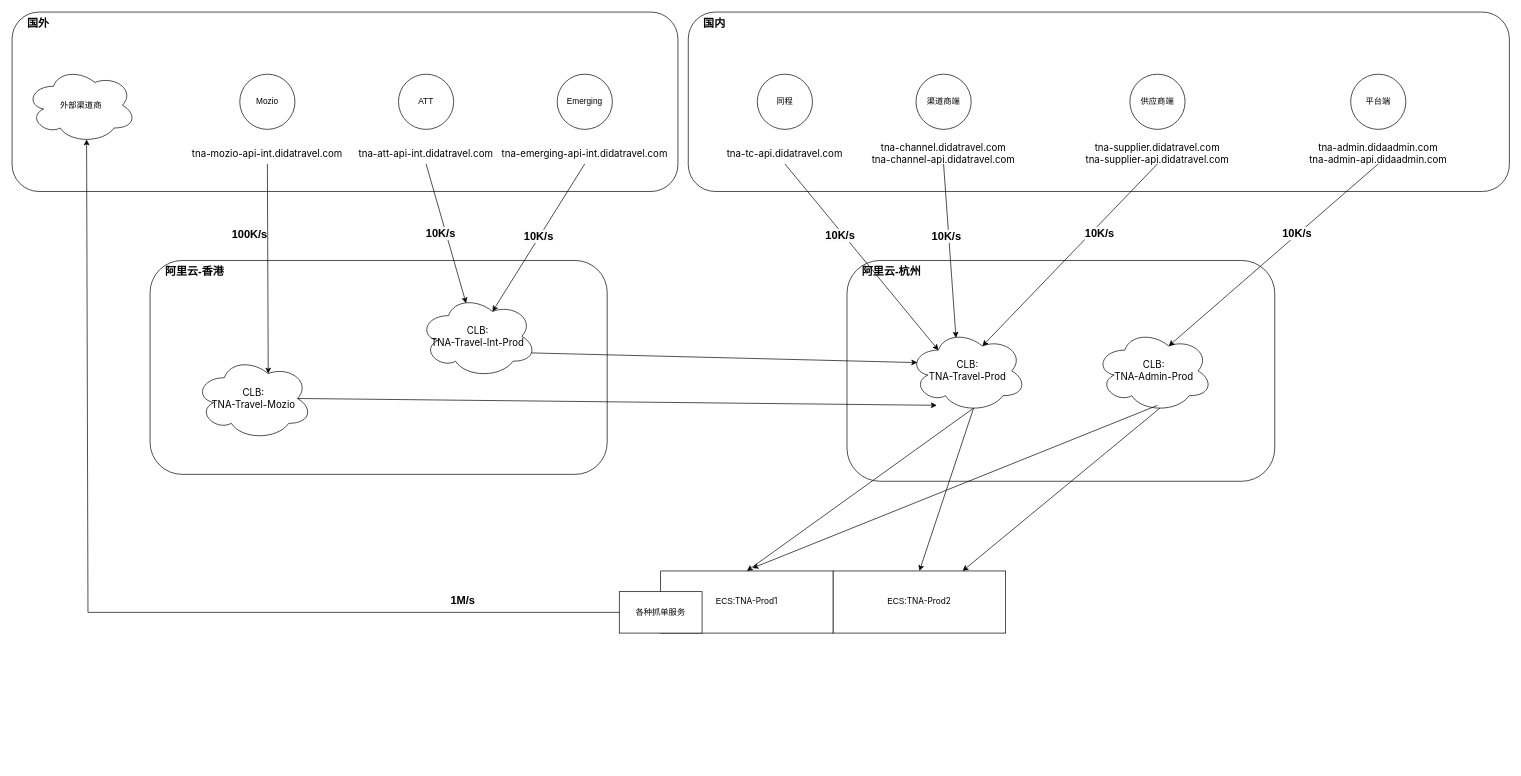
Above: images/网络拓扑图.drawio in youngsapling/kappak (draw.io), before the change. Source tidied: cells renumbered, new cells numbered last; positions are measured from the earlier drawing's top-left corner, leaving out a move shared by most shapes. Both pictures are drawn from the tidied source at 69%, with x=0, y=0 at pixel (12, 12).
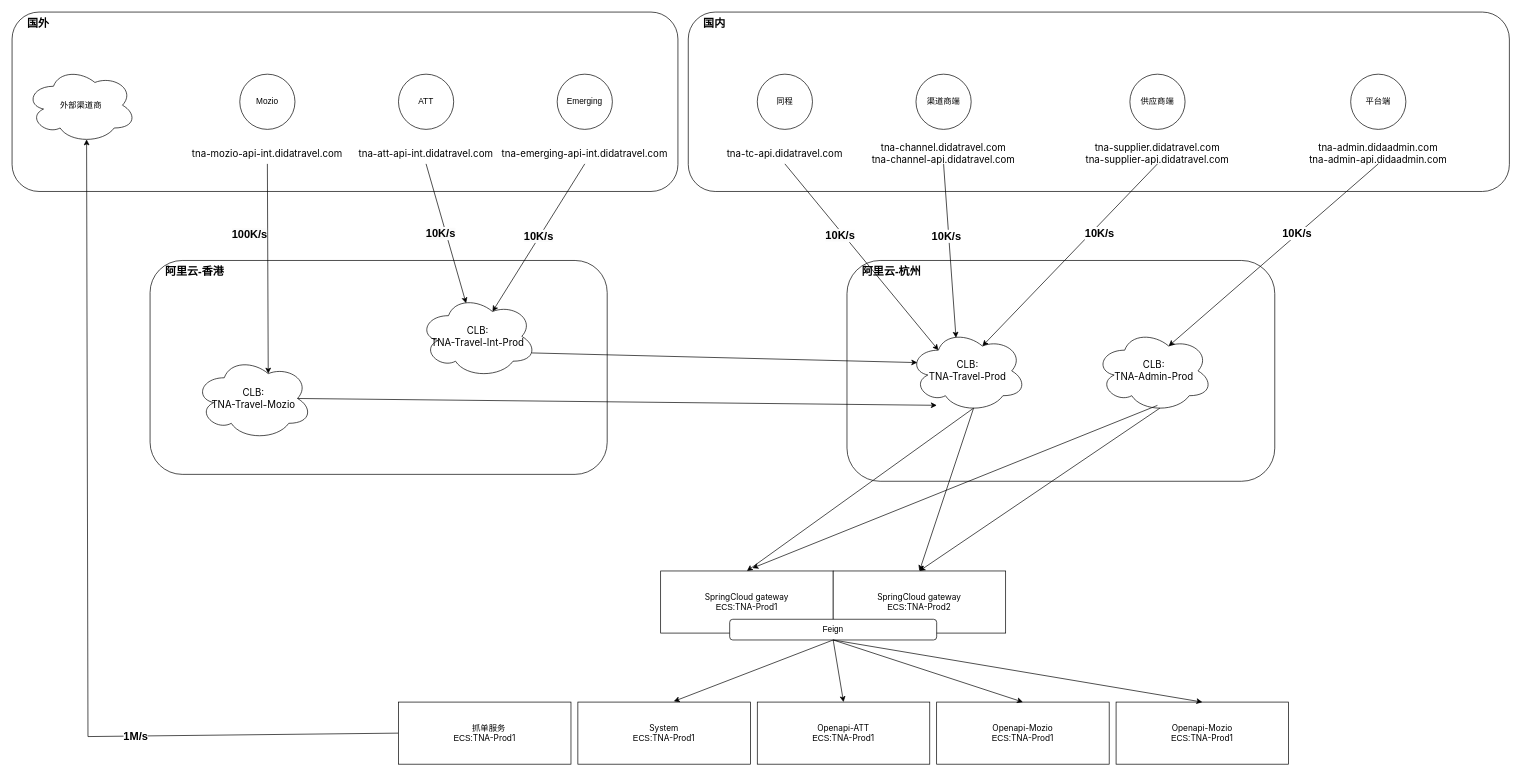
The same page after the edit.

Commit message:
更新网络拓扑图.drawio

The change refers to these unchanged cells:
```xml
<mxCell id="20" value="&lt;div style=&quot;font-size: 14px;&quot;&gt;&lt;div style=&quot;white-space: pre;&quot;&gt;&lt;span style=&quot;font-family: MonospacedNumber, LarkHackSafariFont, LarkEmojiFont, LarkChineseQuote, -apple-system, BlinkMacSystemFont, &amp;quot;Helvetica Neue&amp;quot;, Tahoma, &amp;quot;PingFang SC&amp;quot;, &amp;quot;Microsoft Yahei&amp;quot;, Arial, &amp;quot;Hiragino Sans GB&amp;quot;, sans-serif, &amp;quot;Apple Color Emoji&amp;quot;, &amp;quot;Segoe UI Emoji&amp;quot;, &amp;quot;Segoe UI Symbol&amp;quot;, &amp;quot;Noto Color Emoji&amp;quot;;&quot;&gt;CLB:&lt;/span&gt;&lt;/div&gt;&lt;div style=&quot;white-space: pre;&quot;&gt;&lt;span style=&quot;font-family: MonospacedNumber, LarkHackSafariFont, LarkEmojiFont, LarkChineseQuote, -apple-system, BlinkMacSystemFont, &amp;quot;Helvetica Neue&amp;quot;, Tahoma, &amp;quot;PingFang SC&amp;quot;, &amp;quot;Microsoft Yahei&amp;quot;, Arial, &amp;quot;Hiragino Sans GB&amp;quot;, sans-serif, &amp;quot;Apple Color Emoji&amp;quot;, &amp;quot;Segoe UI Emoji&amp;quot;, &amp;quot;Segoe UI Symbol&amp;quot;, &amp;quot;Noto Color Emoji&amp;quot;;&quot;&gt;TNA-Admin-Prod&lt;/span&gt;&lt;/div&gt;&lt;/div&gt;" style="ellipse;shape=cloud;whiteSpace=wrap;html=1;" parent="1" vertex="1">
  <mxGeometry x="1570" y="460" width="170" height="120" as="geometry" />
</mxCell>
<mxCell id="38" value="外部渠道商" style="ellipse;shape=cloud;whiteSpace=wrap;html=1;" parent="1" vertex="1">
  <mxGeometry x="20" y="80" width="160" height="110" as="geometry" />
</mxCell>
```

Change to the diagram source:
```diff
@@
-    <mxCell id="33" value="ECS:&lt;span style=&quot;font-family: -apple-system, BlinkMacSystemFont, &amp;quot;Segoe UI&amp;quot;, &amp;quot;PingFang SC&amp;quot;, &amp;quot;Hiragino Sans GB&amp;quot;, &amp;quot;Microsoft YaHei&amp;quot;, &amp;quot;Helvetica Neue&amp;quot;, Helvetica, Arial, sans-serif; text-align: start; white-space: pre;&quot;&gt;TNA-Prod1&lt;/span&gt;" style="rounded=0;whiteSpace=wrap;html=1;" parent="1" vertex="1">
+    <mxCell id="33" value="&lt;div&gt;&lt;span style=&quot;font-family: -apple-system, BlinkMacSystemFont, &amp;quot;Segoe UI&amp;quot;, &amp;quot;PingFang SC&amp;quot;, &amp;quot;Hiragino Sans GB&amp;quot;, &amp;quot;Microsoft YaHei&amp;quot;, &amp;quot;Helvetica Neue&amp;quot;, Helvetica, Arial, sans-serif; text-align: start; white-space: pre;&quot;&gt;SpringCloud gateway&lt;/span&gt;&lt;br&gt;&lt;/div&gt;ECS:&lt;span style=&quot;font-family: -apple-system, BlinkMacSystemFont, &amp;quot;Segoe UI&amp;quot;, &amp;quot;PingFang SC&amp;quot;, &amp;quot;Hiragino Sans GB&amp;quot;, &amp;quot;Microsoft YaHei&amp;quot;, &amp;quot;Helvetica Neue&amp;quot;, Helvetica, Arial, sans-serif; text-align: start; white-space: pre;&quot;&gt;TNA-Prod1&lt;/span&gt;" style="rounded=0;whiteSpace=wrap;html=1;" parent="1" vertex="1">
       <mxGeometry x="940" y="810" width="250" height="90" as="geometry" />
     </mxCell>
-    <mxCell id="34" value="ECS:&lt;span style=&quot;font-family: -apple-system, BlinkMacSystemFont, &amp;quot;Segoe UI&amp;quot;, &amp;quot;PingFang SC&amp;quot;, &amp;quot;Hiragino Sans GB&amp;quot;, &amp;quot;Microsoft YaHei&amp;quot;, &amp;quot;Helvetica Neue&amp;quot;, Helvetica, Arial, sans-serif; text-align: start; white-space: pre;&quot;&gt;TNA-Prod2&lt;/span&gt;" style="rounded=0;whiteSpace=wrap;html=1;" parent="1" vertex="1">
+    <mxCell id="34" value="&lt;div&gt;&lt;span style=&quot;font-family: -apple-system, BlinkMacSystemFont, &amp;quot;Segoe UI&amp;quot;, &amp;quot;PingFang SC&amp;quot;, &amp;quot;Hiragino Sans GB&amp;quot;, &amp;quot;Microsoft YaHei&amp;quot;, &amp;quot;Helvetica Neue&amp;quot;, Helvetica, Arial, sans-serif; text-align: start; white-space: pre;&quot;&gt;SpringCloud gateway&lt;/span&gt;&lt;br&gt;&lt;/div&gt;ECS:&lt;span style=&quot;font-family: -apple-system, BlinkMacSystemFont, &amp;quot;Segoe UI&amp;quot;, &amp;quot;PingFang SC&amp;quot;, &amp;quot;Hiragino Sans GB&amp;quot;, &amp;quot;Microsoft YaHei&amp;quot;, &amp;quot;Helvetica Neue&amp;quot;, Helvetica, Arial, sans-serif; text-align: start; white-space: pre;&quot;&gt;TNA-Prod2&lt;/span&gt;" style="rounded=0;whiteSpace=wrap;html=1;" parent="1" vertex="1">
       <mxGeometry x="1190" y="810" width="250" height="90" as="geometry" />
     </mxCell>
@@
-    <mxCell id="36" style="endArrow=classic;html=1;rounded=0;exitX=0.55;exitY=0.95;exitDx=0;exitDy=0;exitPerimeter=0;entryX=0.75;entryY=0;entryDx=0;entryDy=0;" parent="1" edge="1" source="20" target="34">
+    <mxCell id="36" style="endArrow=classic;html=1;rounded=0;exitX=0.55;exitY=0.95;exitDx=0;exitDy=0;exitPerimeter=0;entryX=0.5;entryY=0;entryDx=0;entryDy=0;" parent="1" edge="1" source="20" target="34">
       <mxGeometry relative="1" as="geometry" />
     </mxCell>
-    <mxCell id="37" value="各种抓单服务" style="rounded=0;whiteSpace=wrap;html=1;" parent="1" vertex="1">
-      <mxGeometry x="880" y="840" width="120" height="60" as="geometry" />
-    </mxCell>
@@
-    <mxCell id="39" style="endArrow=classic;html=1;rounded=0;exitX=0;exitY=0.5;exitDx=0;exitDy=0;entryX=0.55;entryY=0.95;entryDx=0;entryDy=0;entryPerimeter=0;" parent="1" edge="1" source="37" target="38">
+    <mxCell id="39" style="endArrow=classic;html=1;rounded=0;exitX=0;exitY=0.5;exitDx=0;exitDy=0;entryX=0.55;entryY=0.95;entryDx=0;entryDy=0;entryPerimeter=0;" parent="1" edge="1" source="58" target="38">
       <mxGeometry relative="1" as="geometry">
         <Array as="points">
-          <mxPoint x="110" y="870" />
+          <mxPoint x="110" y="1050" />
         </Array>
       </mxGeometry>
     </mxCell>
-    <mxCell id="40" value="&lt;span style=&quot;text-wrap: wrap; background-color: rgb(251, 251, 251);&quot;&gt;&lt;font style=&quot;font-size: 16px;&quot;&gt;&lt;b&gt;1M/s&lt;/b&gt;&lt;/font&gt;&lt;/span&gt;" style="edgeLabel;html=1;align=center;verticalAlign=middle;" parent="1" vertex="1">
-      <mxGeometry x="1040" y="810" as="geometry">
-        <mxPoint x="-388" y="42" as="offset" />
-      </mxGeometry>
+    <mxCell id="40" value="1M/s" style="edgeLabel;html=1;align=center;verticalAlign=middle;fontSize=16;fontStyle=1;" parent="39" vertex="1">
+      <mxGeometry x="-0.42" relative="1" as="geometry" />
     </mxCell>
@@
+    <mxCell id="50" value="&lt;div&gt;&lt;span style=&quot;font-family: -apple-system, BlinkMacSystemFont, &amp;quot;Segoe UI&amp;quot;, &amp;quot;PingFang SC&amp;quot;, &amp;quot;Hiragino Sans GB&amp;quot;, &amp;quot;Microsoft YaHei&amp;quot;, &amp;quot;Helvetica Neue&amp;quot;, Helvetica, Arial, sans-serif; text-align: start; white-space: pre;&quot;&gt;System&lt;/span&gt;&lt;br&gt;&lt;/div&gt;ECS:&lt;span style=&quot;font-family: -apple-system, BlinkMacSystemFont, &amp;quot;Segoe UI&amp;quot;, &amp;quot;PingFang SC&amp;quot;, &amp;quot;Hiragino Sans GB&amp;quot;, &amp;quot;Microsoft YaHei&amp;quot;, &amp;quot;Helvetica Neue&amp;quot;, Helvetica, Arial, sans-serif; text-align: start; white-space: pre;&quot;&gt;TNA-Prod1&lt;/span&gt;" style="rounded=0;whiteSpace=wrap;html=1;" parent="1" vertex="1">
+      <mxGeometry x="820" y="1000" width="250" height="90" as="geometry" />
+    </mxCell>
+    <mxCell id="51" value="Feign" style="rounded=1;whiteSpace=wrap;html=1;" parent="1" vertex="1">
+      <mxGeometry x="1040" y="880" width="300" height="30" as="geometry" />
+    </mxCell>
+    <mxCell id="52" value="&lt;div&gt;&lt;span style=&quot;font-family: -apple-system, BlinkMacSystemFont, &amp;quot;Segoe UI&amp;quot;, &amp;quot;PingFang SC&amp;quot;, &amp;quot;Hiragino Sans GB&amp;quot;, &amp;quot;Microsoft YaHei&amp;quot;, &amp;quot;Helvetica Neue&amp;quot;, Helvetica, Arial, sans-serif; text-align: start; white-space: pre;&quot;&gt;Openapi-ATT&lt;/span&gt;&lt;br&gt;&lt;/div&gt;ECS:&lt;span style=&quot;font-family: -apple-system, BlinkMacSystemFont, &amp;quot;Segoe UI&amp;quot;, &amp;quot;PingFang SC&amp;quot;, &amp;quot;Hiragino Sans GB&amp;quot;, &amp;quot;Microsoft YaHei&amp;quot;, &amp;quot;Helvetica Neue&amp;quot;, Helvetica, Arial, sans-serif; text-align: start; white-space: pre;&quot;&gt;TNA-Prod1&lt;/span&gt;" style="rounded=0;whiteSpace=wrap;html=1;" parent="1" vertex="1">
+      <mxGeometry x="1080" y="1000" width="250" height="90" as="geometry" />
+    </mxCell>
+    <mxCell id="53" value="&lt;div&gt;&lt;span style=&quot;font-family: -apple-system, BlinkMacSystemFont, &amp;quot;Segoe UI&amp;quot;, &amp;quot;PingFang SC&amp;quot;, &amp;quot;Hiragino Sans GB&amp;quot;, &amp;quot;Microsoft YaHei&amp;quot;, &amp;quot;Helvetica Neue&amp;quot;, Helvetica, Arial, sans-serif; text-align: start; white-space: pre;&quot;&gt;Openapi-Mozio&lt;/span&gt;&lt;br&gt;&lt;/div&gt;ECS:&lt;span style=&quot;font-family: -apple-system, BlinkMacSystemFont, &amp;quot;Segoe UI&amp;quot;, &amp;quot;PingFang SC&amp;quot;, &amp;quot;Hiragino Sans GB&amp;quot;, &amp;quot;Microsoft YaHei&amp;quot;, &amp;quot;Helvetica Neue&amp;quot;, Helvetica, Arial, sans-serif; text-align: start; white-space: pre;&quot;&gt;TNA-Prod1&lt;/span&gt;" style="rounded=0;whiteSpace=wrap;html=1;" parent="1" vertex="1">
+      <mxGeometry x="1340" y="1000" width="250" height="90" as="geometry" />
+    </mxCell>
+    <mxCell id="54" value="&lt;div&gt;&lt;span style=&quot;font-family: -apple-system, BlinkMacSystemFont, &amp;quot;Segoe UI&amp;quot;, &amp;quot;PingFang SC&amp;quot;, &amp;quot;Hiragino Sans GB&amp;quot;, &amp;quot;Microsoft YaHei&amp;quot;, &amp;quot;Helvetica Neue&amp;quot;, Helvetica, Arial, sans-serif; text-align: start; white-space: pre;&quot;&gt;Openapi-Mozio&lt;/span&gt;&lt;br&gt;&lt;/div&gt;ECS:&lt;span style=&quot;font-family: -apple-system, BlinkMacSystemFont, &amp;quot;Segoe UI&amp;quot;, &amp;quot;PingFang SC&amp;quot;, &amp;quot;Hiragino Sans GB&amp;quot;, &amp;quot;Microsoft YaHei&amp;quot;, &amp;quot;Helvetica Neue&amp;quot;, Helvetica, Arial, sans-serif; text-align: start; white-space: pre;&quot;&gt;TNA-Prod1&lt;/span&gt;" style="rounded=0;whiteSpace=wrap;html=1;" parent="1" vertex="1">
+      <mxGeometry x="1600" y="1000" width="250" height="90" as="geometry" />
+    </mxCell>
+    <mxCell id="55" style="endArrow=classic;html=1;rounded=0;exitX=0.5;exitY=1;exitDx=0;exitDy=0;entryX=0.556;entryY=-0.011;entryDx=0;entryDy=0;entryPerimeter=0;" parent="1" edge="1" source="51" target="50">
+      <mxGeometry relative="1" as="geometry" />
+    </mxCell>
+    <mxCell id="56" style="endArrow=classic;html=1;rounded=0;exitX=0.5;exitY=1;exitDx=0;exitDy=0;entryX=0.5;entryY=0;entryDx=0;entryDy=0;" parent="1" edge="1" source="51" target="52">
+      <mxGeometry relative="1" as="geometry" />
+    </mxCell>
+    <mxCell id="57" style="endArrow=classic;html=1;rounded=0;entryX=0.5;entryY=0;entryDx=0;entryDy=0;" parent="1" edge="1" target="53">
+      <mxGeometry relative="1" as="geometry">
+        <mxPoint x="1190" y="910" as="sourcePoint" />
+      </mxGeometry>
+    </mxCell>
+    <mxCell id="58" value="&lt;div style=&quot;text-align: start;&quot;&gt;&lt;font face=&quot;-apple-system, BlinkMacSystemFont, Segoe UI, PingFang SC, Hiragino Sans GB, Microsoft YaHei, Helvetica Neue, Helvetica, Arial, sans-serif&quot;&gt;&lt;span style=&quot;white-space: pre;&quot;&gt;&lt;span style=&quot;white-space: pre;&quot;&gt;&#9;&lt;/span&gt;抓单服务&lt;/span&gt;&lt;/font&gt;&lt;/div&gt;ECS:&lt;span style=&quot;font-family: -apple-system, BlinkMacSystemFont, &amp;quot;Segoe UI&amp;quot;, &amp;quot;PingFang SC&amp;quot;, &amp;quot;Hiragino Sans GB&amp;quot;, &amp;quot;Microsoft YaHei&amp;quot;, &amp;quot;Helvetica Neue&amp;quot;, Helvetica, Arial, sans-serif; text-align: start; white-space: pre;&quot;&gt;TNA-Prod1&lt;/span&gt;" style="rounded=0;whiteSpace=wrap;html=1;" parent="1" vertex="1">
+      <mxGeometry x="560" y="1000" width="250" height="90" as="geometry" />
+    </mxCell>
+    <mxCell id="59" style="endArrow=classic;html=1;rounded=0;exitX=0.5;exitY=1;exitDx=0;exitDy=0;entryX=0.5;entryY=0;entryDx=0;entryDy=0;" parent="1" edge="1" source="51" target="54">
+      <mxGeometry relative="1" as="geometry" />
+    </mxCell>
```
